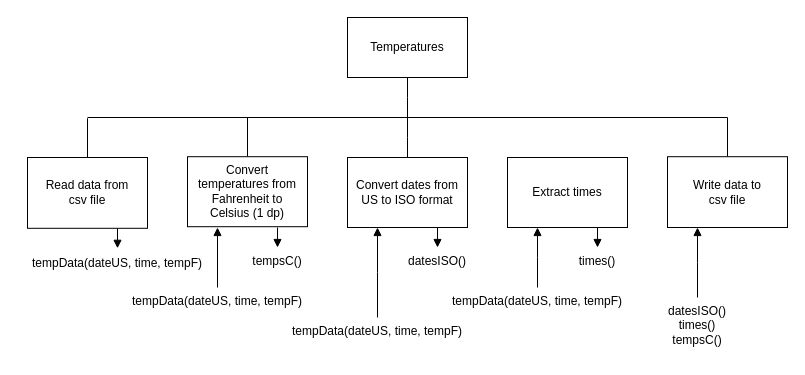
This is page "sd2" (2 of 3) of h-cs/sdd/H-SDD-Temperature/assets/H SDD Temperature.drawio from MrFriendCS/MrFriendCS.github.io, a draw.io file, before an edit. Source tidied: cells renumbered, new cells numbered last; positions are measured from the earlier drawing's top-left corner, leaving out a move shared by most shapes. Both pictures are drawn from the tidied source at 100%, with x=0, y=0 at pixel (27, 17).
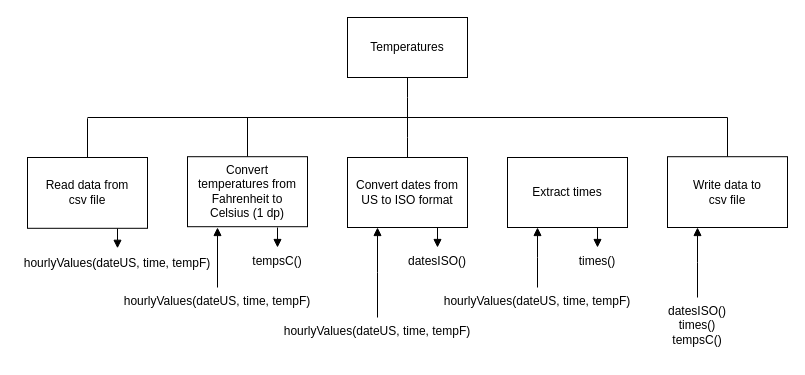
The same diagram, later.

Diff of the diagram source:
```diff
@@
-    <mxCell id="7" value="tempData(dateUS, time, tempF)" style="text;html=1;strokeColor=none;fillColor=none;align=center;verticalAlign=top;whiteSpace=wrap;rounded=0;" parent="1" vertex="1">
-      <mxGeometry y="231.6" width="180" height="28.4" as="geometry" />
+    <mxCell id="7" value="hourlyValues(dateUS, time, tempF)" style="text;html=1;strokeColor=none;fillColor=none;align=center;verticalAlign=top;whiteSpace=wrap;rounded=0;" parent="1" vertex="1">
+      <mxGeometry x="-10" y="231.6" width="200" height="28.4" as="geometry" />
     </mxCell>
@@
-    <mxCell id="11" value="tempData(dateUS, time, tempF)" style="text;html=1;strokeColor=none;fillColor=none;align=center;verticalAlign=top;whiteSpace=wrap;rounded=0;fontColor=default;" parent="1" vertex="1">
-      <mxGeometry x="100" y="270" width="180" height="30" as="geometry" />
+    <mxCell id="11" value="hourlyValues(dateUS, time, tempF)" style="text;html=1;strokeColor=none;fillColor=none;align=center;verticalAlign=top;whiteSpace=wrap;rounded=0;fontColor=default;" parent="1" vertex="1">
+      <mxGeometry x="90" y="270" width="200" height="30" as="geometry" />
     </mxCell>
@@
-    <mxCell id="22" value="tempData(dateUS, time, tempF)" style="text;html=1;strokeColor=none;fillColor=none;align=center;verticalAlign=top;whiteSpace=wrap;rounded=0;fontColor=default;" parent="1" vertex="1">
-      <mxGeometry x="260" y="300" width="180" height="30" as="geometry" />
+    <mxCell id="22" value="hourlyValues(dateUS, time, tempF)" style="text;html=1;strokeColor=none;fillColor=none;align=center;verticalAlign=top;whiteSpace=wrap;rounded=0;fontColor=default;" parent="1" vertex="1">
+      <mxGeometry x="250" y="300" width="200" height="30" as="geometry" />
     </mxCell>
@@
-    <mxCell id="28" value="tempData(dateUS, time, tempF)" style="text;html=1;strokeColor=none;fillColor=none;align=center;verticalAlign=top;whiteSpace=wrap;rounded=0;fontColor=default;" parent="1" vertex="1">
-      <mxGeometry x="420" y="270" width="180" height="30" as="geometry" />
+    <mxCell id="28" value="hourlyValues(dateUS, time, tempF)" style="text;html=1;strokeColor=none;fillColor=none;align=center;verticalAlign=top;whiteSpace=wrap;rounded=0;fontColor=default;" parent="1" vertex="1">
+      <mxGeometry x="410" y="270" width="200" height="30" as="geometry" />
     </mxCell>
```
